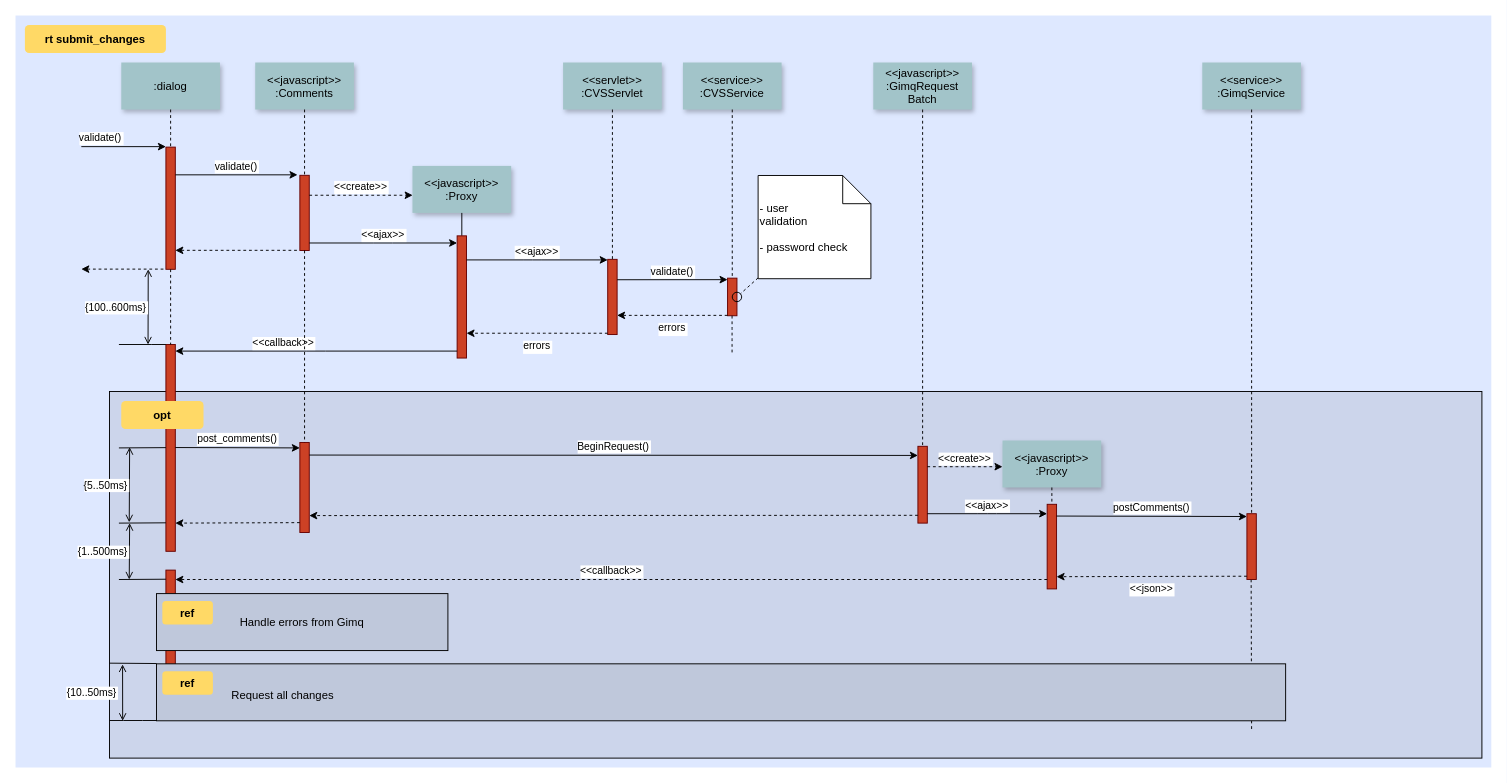
Before: page "Page-1" (1 of 2) of OTS数据流.drawio in oyzhiquan/OuC_Test_2018, a draw.io diagram. Source tidied: cells renumbered, new cells numbered last; positions are measured from the earlier drawing's top-left corner, leaving out a move shared by most shapes. Both pictures are drawn from the tidied source at 94%, with x=0, y=0 at pixel (15, 15).
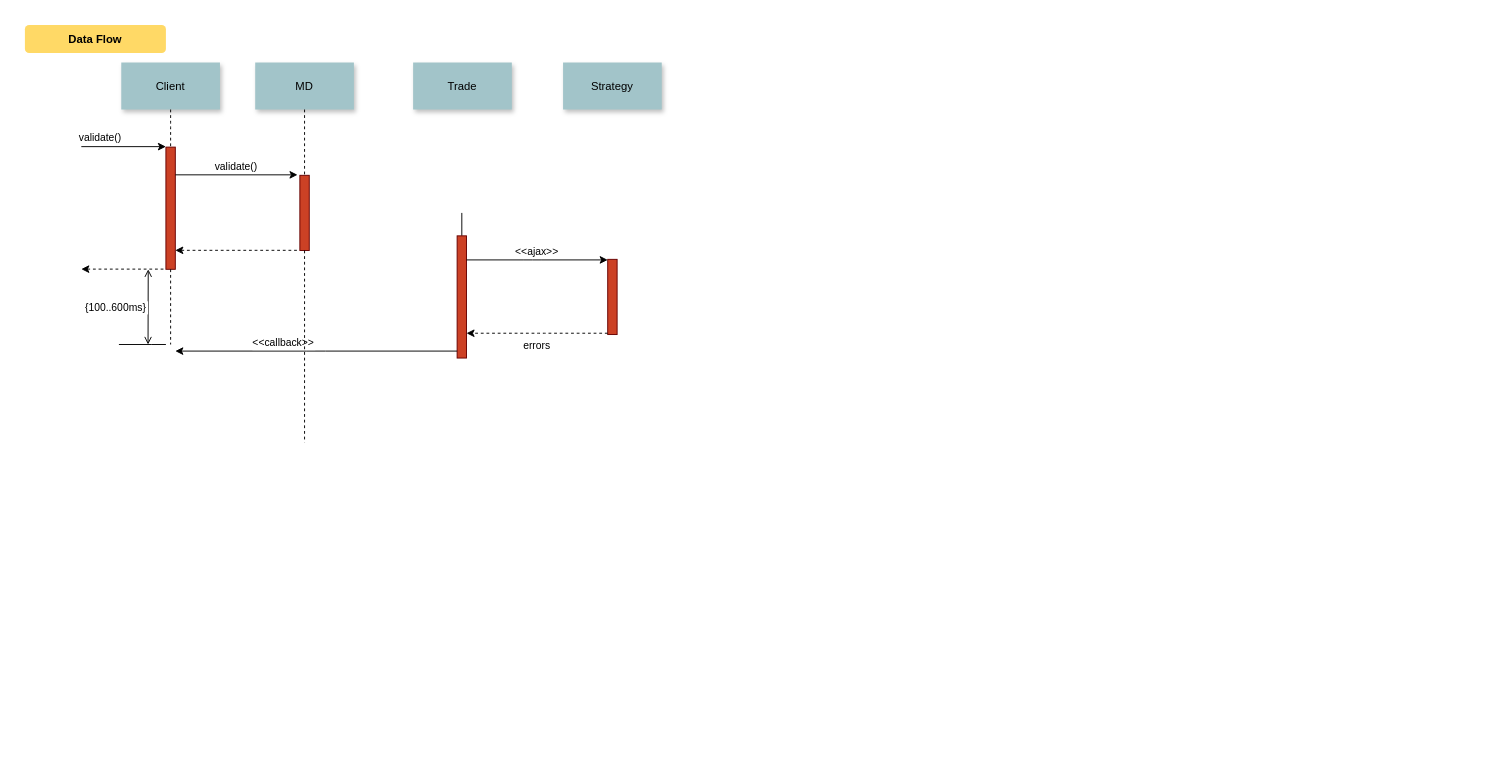
The same diagram, later.

The change refers to these unchanged cells:
```xml
<mxCell id="5" style="fillColor=#CC4125;strokeColor=#660000;" parent="1" vertex="1">
  <mxGeometry x="160" y="140" width="10" height="130" as="geometry" />
</mxCell>
<mxCell id="8" style="fillColor=#CC4125;strokeColor=#660000;" parent="1" vertex="1">
  <mxGeometry x="302.5" y="170" width="10" height="80" as="geometry" />
</mxCell>
<mxCell id="17" style="fillColor=#CC4125;strokeColor=#660000;" parent="1" vertex="1">
  <mxGeometry x="469.8" y="234.4" width="10" height="130" as="geometry" />
</mxCell>
<mxCell id="19" style="fillColor=#CC4125;strokeColor=#660000;" parent="1" vertex="1">
  <mxGeometry x="630" y="259.4" width="10" height="80" as="geometry" />
</mxCell>
```

Diff of the diagram source:
```diff
@@
-    <mxCell id="2" style="fillColor=#DEE8FF;strokeColor=none;" parent="1" vertex="1">
-      <mxGeometry width="1570" height="800" as="geometry" />
-    </mxCell>
-    <mxCell id="3" style="fillColor=#CCD5EB;" parent="1" vertex="1">
-      <mxGeometry x="100" y="400" width="1460" height="390" as="geometry" />
-    </mxCell>
-    <mxCell id="4" style="edgeStyle=elbowEdgeStyle;elbow=horizontal;endArrow=none;dashed=1;" parent="1" edge="1">
-      <mxGeometry x="1460" y="437.9" as="geometry">
-        <mxPoint x="1314.5" y="600" as="sourcePoint" />
-        <mxPoint x="1314.5" y="760" as="targetPoint" />
-      </mxGeometry>
-    </mxCell>
@@
-    <mxCell id="7" value=":dialog" style="shadow=1;fillColor=#A2C4C9;strokeColor=none;" parent="1" vertex="1">
+    <mxCell id="7" value="Client" style="shadow=1;fillColor=#A2C4C9;strokeColor=none;" parent="1" vertex="1">
       <mxGeometry x="112.5" y="50" width="105" height="50" as="geometry" />
     </mxCell>
@@
-    <mxCell id="9" value="&lt;&lt;javascript&gt;&gt;&#10;:Comments" style="shadow=1;fillColor=#A2C4C9;strokeColor=none;" parent="1" vertex="1">
+    <mxCell id="9" value="MD" style="shadow=1;fillColor=#A2C4C9;strokeColor=none;" parent="1" vertex="1">
       <mxGeometry x="255" y="50" width="105" height="50" as="geometry" />
     </mxCell>
+    <mxCell id="75" value="Trade" style="shadow=1;fillColor=#A2C4C9;strokeColor=none;" parent="1" vertex="1">
+      <mxGeometry x="423" y="50" width="105" height="50" as="geometry" />
+    </mxCell>
@@
-    <mxCell id="14" value="&lt;&lt;create&gt;&gt;" style="edgeStyle=none;verticalLabelPosition=top;verticalAlign=bottom;dashed=1;" parent="1" edge="1">
-      <mxGeometry x="385.5" y="113.9" as="geometry">
-        <mxPoint x="312.5" y="191.2" as="sourcePoint" />
-        <mxPoint x="422.5" y="191.2" as="targetPoint" />
-      </mxGeometry>
-    </mxCell>
-    <mxCell id="15" value="&lt;&lt;javascript&gt;&gt;&#10;:Proxy" style="shadow=1;fillColor=#A2C4C9;strokeColor=none;" parent="1" vertex="1">
-      <mxGeometry x="422.3" y="160" width="105" height="50" as="geometry" />
-    </mxCell>
-    <mxCell id="16" style="edgeStyle=none;endArrow=none;" parent="1" edge="1" source="15" target="17">
-      <mxGeometry x="437" y="270" as="geometry" />
+    <mxCell id="16" style="edgeStyle=none;endArrow=none;" parent="1" edge="1" target="17">
+      <mxGeometry x="437" y="270" as="geometry">
+        <mxPoint x="474.8" y="210" as="sourcePoint" />
+      </mxGeometry>
     </mxCell>
@@
-    <mxCell id="18" value="&lt;&lt;ajax&gt;&gt;" style="edgeStyle=elbowEdgeStyle;elbow=vertical;verticalLabelPosition=top;verticalAlign=bottom;" parent="1" edge="1" source="8" target="17">
-      <mxGeometry x="350" y="290" as="geometry" />
-    </mxCell>
@@
-    <mxCell id="20" value="&lt;&lt;servlet&gt;&gt;&#10;:CVSServlet" style="shadow=1;fillColor=#A2C4C9;strokeColor=none;" parent="1" vertex="1">
+    <mxCell id="20" value="Strategy" style="shadow=1;fillColor=#A2C4C9;strokeColor=none;" parent="1" vertex="1">
       <mxGeometry x="582.5" y="50" width="105" height="50" as="geometry" />
     </mxCell>
-    <mxCell id="21" style="edgeStyle=none;endArrow=none;dashed=1;" parent="1" edge="1" source="20" target="19">
-      <mxGeometry x="614.5" y="175" as="geometry" />
-    </mxCell>
-    <mxCell id="22" value="&lt;&lt;service&gt;&gt;&#10;:CVSService" style="shadow=1;fillColor=#A2C4C9;strokeColor=none;" parent="1" vertex="1">
-      <mxGeometry x="710" y="50" width="105" height="50" as="geometry" />
-    </mxCell>
-    <mxCell id="23" style="edgeStyle=none;endArrow=none;dashed=1;" parent="1" edge="1" source="22" target="24">
-      <mxGeometry x="727.3" y="165" as="geometry" />
-    </mxCell>
-    <mxCell id="24" style="fillColor=#CC4125;strokeColor=#660000;" parent="1" vertex="1">
-      <mxGeometry x="757.5" y="279.4" width="10" height="40" as="geometry" />
-    </mxCell>
@@
-    <mxCell id="27" value="&lt;&lt;javascript&gt;&gt;&#10;:GimqRequest&#10;Batch" style="shadow=1;fillColor=#A2C4C9;strokeColor=none;" parent="1" vertex="1">
-      <mxGeometry x="912.5" y="50" width="105" height="50" as="geometry" />
-    </mxCell>
@@
-    <mxCell id="29" value="validate()" style="edgeStyle=elbowEdgeStyle;elbow=vertical;verticalLabelPosition=top;verticalAlign=bottom;" parent="1" edge="1">
-      <mxGeometry x="550" y="261.7" as="geometry">
-        <mxPoint x="640" y="281.1" as="sourcePoint" />
-        <mxPoint x="757.5" y="281.1" as="targetPoint" />
-      </mxGeometry>
-    </mxCell>
-    <mxCell id="30" value="errors" style="edgeStyle=elbowEdgeStyle;elbow=vertical;dashed=1;verticalLabelPosition=bottom;verticalAlign=top;" parent="1" edge="1">
-      <mxGeometry x="560" y="309.7" as="geometry">
-        <mxPoint x="757.5" y="319" as="sourcePoint" />
-        <mxPoint x="640" y="319" as="targetPoint" />
-      </mxGeometry>
-    </mxCell>
-    <mxCell id="31" style="edgeStyle=elbowEdgeStyle;elbow=horizontal;endArrow=none;dashed=1;" parent="1" edge="1">
-      <mxGeometry x="932.3" y="240" as="geometry">
-        <mxPoint x="762.3" y="319.4" as="sourcePoint" />
-        <mxPoint x="762.3" y="360" as="targetPoint" />
-        <Array as="points">
-          <mxPoint x="762.3" y="340" />
-        </Array>
-      </mxGeometry>
-    </mxCell>
-    <mxCell id="32" style="ellipse;fillColor=none;" parent="1" vertex="1">
-      <mxGeometry x="762.5" y="294.4" width="10" height="10" as="geometry" />
-    </mxCell>
-    <mxCell id="33" value=" - user&#10; validation&#10;&#10; - password check" style="shape=note;align=left;" parent="1" vertex="1">
-      <mxGeometry x="790" y="170.2" width="120" height="109.8" as="geometry" />
-    </mxCell>
-    <mxCell id="34" style="edgeStyle=none;endArrow=none;dashed=1;" parent="1" edge="1" source="33" target="32">
-      <mxGeometry x="1030" y="180" as="geometry" />
-    </mxCell>
-    <mxCell id="35" style="fillColor=#CC4125;strokeColor=#660000;" parent="1" vertex="1">
-      <mxGeometry x="160" y="350" width="10" height="220" as="geometry" />
-    </mxCell>
-    <mxCell id="36" value="             &lt;&lt;callback&gt;&gt;                                " style="edgeStyle=elbowEdgeStyle;elbow=vertical;dashed=0;verticalLabelPosition=top;verticalAlign=bottom;align=right;" parent="1" edge="1" source="17" target="35">
-      <mxGeometry x="190" y="329.8" as="geometry" />
+    <mxCell id="36" value="             &lt;&lt;callback&gt;&gt;                                " style="edgeStyle=elbowEdgeStyle;elbow=vertical;dashed=0;verticalLabelPosition=top;verticalAlign=bottom;align=right;" parent="1" edge="1" source="17">
+      <mxGeometry x="190" y="329.8" as="geometry">
+        <mxPoint x="170" y="357" as="targetPoint" />
+      </mxGeometry>
     </mxCell>
-    <mxCell id="37" style="edgeStyle=none;dashed=1;endArrow=none;" parent="1" edge="1" source="5" target="35">
-      <mxGeometry x="50" y="300" as="geometry" />
+    <mxCell id="37" style="edgeStyle=none;dashed=1;endArrow=none;" parent="1" edge="1" source="5">
+      <mxGeometry x="50" y="300" as="geometry">
+        <mxPoint x="165" y="350" as="targetPoint" />
+      </mxGeometry>
     </mxCell>
-    <mxCell id="38" style="edgeStyle=elbowEdgeStyle;elbow=vertical;endArrow=none;" parent="1" edge="1" source="35">
+    <mxCell id="38" style="edgeStyle=elbowEdgeStyle;elbow=vertical;endArrow=none;" parent="1" edge="1">
       <mxGeometry x="60" y="310" as="geometry">
+        <mxPoint x="160" y="350" as="sourcePoint" />
         <mxPoint x="110" y="350" as="targetPoint" />
       </mxGeometry>
     </mxCell>
@@
-    <mxCell id="40" style="fillColor=#CC4125;strokeColor=#660000;" parent="1" vertex="1">
-      <mxGeometry x="302.5" y="454.2" width="10" height="95.8" as="geometry" />
-    </mxCell>
-    <mxCell id="41" style="fillColor=#CC4125;strokeColor=#660000;" parent="1" vertex="1">
-      <mxGeometry x="960" y="458.3" width="10" height="81.7" as="geometry" />
-    </mxCell>
-    <mxCell id="42" style="edgeStyle=none;endArrow=none;dashed=1;" parent="1" edge="1" source="27" target="41">
-      <mxGeometry x="956.6" y="205" as="geometry" />
-    </mxCell>
-    <mxCell id="43" value="post_comments()" style="edgeStyle=elbowEdgeStyle;elbow=vertical;verticalLabelPosition=top;verticalAlign=bottom;" parent="1" edge="1">
-      <mxGeometry x="212.5" y="469.6" as="geometry">
-        <mxPoint x="170" y="459.6" as="sourcePoint" />
-        <mxPoint x="302.5" y="459.6" as="targetPoint" />
-      </mxGeometry>
-    </mxCell>
-    <mxCell id="44" style="edgeStyle=none;endArrow=none;dashed=1;" parent="1" edge="1" source="8" target="40">
-      <mxGeometry x="376.6" y="339.7" as="geometry" />
+    <mxCell id="44" style="edgeStyle=none;endArrow=none;dashed=1;" parent="1" edge="1" source="8">
+      <mxGeometry x="376.6" y="339.7" as="geometry">
+        <mxPoint x="307.5" y="454.2" as="targetPoint" />
+      </mxGeometry>
     </mxCell>
-    <mxCell id="45" value="BeginRequest()" style="edgeStyle=elbowEdgeStyle;elbow=vertical;verticalLabelPosition=top;verticalAlign=bottom;" parent="1" edge="1">
-      <mxGeometry x="530" y="436.8" as="geometry">
-        <mxPoint x="312.5" y="467.6" as="sourcePoint" />
-        <mxPoint x="960" y="467.6" as="targetPoint" />
-      </mxGeometry>
-    </mxCell>
-    <mxCell id="46" style="edgeStyle=elbowEdgeStyle;elbow=vertical;dashed=1;verticalLabelPosition=bottom;verticalAlign=top;" parent="1" edge="1">
-      <mxGeometry x="530" y="549.1" as="geometry">
-        <mxPoint x="960" y="531.7" as="sourcePoint" />
-        <mxPoint x="312.5" y="531.7" as="targetPoint" />
-      </mxGeometry>
-    </mxCell>
-    <mxCell id="47" value="&lt;&lt;javascript&gt;&gt;&#10;:Proxy" style="shadow=1;fillColor=#A2C4C9;strokeColor=none;" parent="1" vertex="1">
-      <mxGeometry x="1050" y="452.1" width="105" height="50" as="geometry" />
-    </mxCell>
-    <mxCell id="48" style="edgeStyle=none;endArrow=none;dashed=1;" parent="1" edge="1" source="47" target="49">
-      <mxGeometry x="1204.1" y="380.1" as="geometry" />
-    </mxCell>
-    <mxCell id="49" style="fillColor=#CC4125;strokeColor=#660000;" parent="1" vertex="1">
-      <mxGeometry x="1097.5" y="520" width="10" height="90" as="geometry" />
-    </mxCell>
-    <mxCell id="50" style="fillColor=#CC4125;strokeColor=#660000;" parent="1" vertex="1">
-      <mxGeometry x="1310" y="530" width="10" height="70" as="geometry" />
-    </mxCell>
-    <mxCell id="51" value="&lt;&lt;create&gt;&gt;" style="edgeStyle=elbowEdgeStyle;elbow=vertical;verticalLabelPosition=top;verticalAlign=bottom;dashed=1;" parent="1" edge="1" source="41" target="47">
-      <mxGeometry x="901.2" y="322.5" as="geometry" />
-    </mxCell>
-    <mxCell id="52" value="&lt;&lt;ajax&gt;&gt;" style="edgeStyle=elbowEdgeStyle;elbow=vertical;verticalLabelPosition=top;verticalAlign=bottom;" parent="1" edge="1" source="41" target="49">
-      <mxGeometry x="1065" y="359.5" as="geometry" />
-    </mxCell>
-    <mxCell id="53" value="postComments()" style="edgeStyle=elbowEdgeStyle;elbow=vertical;verticalLabelPosition=top;verticalAlign=bottom;" parent="1" edge="1">
-      <mxGeometry x="1225" y="309.5" as="geometry">
-        <mxPoint x="1107.5" y="532.5" as="sourcePoint" />
-        <mxPoint x="1310" y="532.5" as="targetPoint" />
-      </mxGeometry>
-    </mxCell>
-    <mxCell id="54" value="&lt;&lt;json&gt;&gt;" style="edgeStyle=elbowEdgeStyle;elbow=vertical;dashed=1;verticalLabelPosition=bottom;verticalAlign=top;" parent="1" edge="1">
-      <mxGeometry x="1075" y="396" as="geometry">
-        <mxPoint x="1310" y="596.5" as="sourcePoint" />
-        <mxPoint x="1107.5" y="596.5" as="targetPoint" />
-      </mxGeometry>
-    </mxCell>
-    <mxCell id="55" value="&lt;&lt;service&gt;&gt;&#10;:GimqService" style="shadow=1;fillColor=#A2C4C9;strokeColor=none;" parent="1" vertex="1">
-      <mxGeometry x="1262.5" y="50" width="105" height="50" as="geometry" />
-    </mxCell>
-    <mxCell id="56" style="edgeStyle=none;endArrow=none;dashed=1;" parent="1" edge="1" source="55" target="50">
-      <mxGeometry x="1174.1" y="210" as="geometry" />
-    </mxCell>
-    <mxCell id="57" style="fillColor=#CC4125;strokeColor=#660000;" parent="1" vertex="1">
-      <mxGeometry x="160" y="590" width="10" height="130" as="geometry" />
-    </mxCell>
-    <mxCell id="58" style="edgeStyle=elbowEdgeStyle;elbow=vertical;dashed=1;verticalLabelPosition=bottom;verticalAlign=top;" parent="1" edge="1">
-      <mxGeometry x="507.5" y="664.3" as="geometry">
-        <mxPoint x="302.5" y="539.5" as="sourcePoint" />
-        <mxPoint x="170" y="539.5" as="targetPoint" />
-      </mxGeometry>
-    </mxCell>
-    <mxCell id="59" value="&lt;&lt;callback&gt;&gt;" style="edgeStyle=elbowEdgeStyle;elbow=vertical;dashed=1;verticalLabelPosition=bottom;verticalAlign=bottom;" parent="1" edge="1" source="49" target="57">
-      <mxGeometry x="540" y="559.1" as="geometry" />
-    </mxCell>
-    <mxCell id="60" value="rt submit_changes" style="rounded=1;fontStyle=1;fillColor=#FFD966;strokeColor=none;" parent="1" vertex="1">
+    <mxCell id="60" value="Data Flow" style="rounded=1;fontStyle=1;fillColor=#FFD966;strokeColor=none;" parent="1" vertex="1">
       <mxGeometry x="10" y="10" width="150" height="30" as="geometry" />
     </mxCell>
-    <mxCell id="61" value="opt" style="rounded=1;fontStyle=1;fillColor=#FFD966;strokeColor=none;" parent="1" vertex="1">
-      <mxGeometry x="112.5" y="410" width="87.5" height="30" as="geometry" />
-    </mxCell>
-    <mxCell id="62" value="Handle errors from Gimq" style="fillColor=#BFC8DB;" parent="1" vertex="1">
-      <mxGeometry x="150" y="615" width="310" height="60.6" as="geometry" />
-    </mxCell>
-    <mxCell id="63" value="ref" style="rounded=1;fontStyle=1;fillColor=#FFD966;strokeColor=none;" parent="1" vertex="1">
-      <mxGeometry x="156.2" y="622.9" width="53.8" height="25" as="geometry" />
-    </mxCell>
-    <mxCell id="64" style="align=left;fillColor=#BFC8DB;" parent="1" vertex="1">
-      <mxGeometry x="150" y="689.7" width="1201.2" height="60.6" as="geometry" />
-    </mxCell>
-    <mxCell id="65" value="ref" style="rounded=1;fontStyle=1;fillColor=#FFD966;strokeColor=none;" parent="1" vertex="1">
-      <mxGeometry x="156.2" y="697.6" width="53.8" height="25" as="geometry" />
-    </mxCell>
-    <mxCell id="66" value="Request all changes" style="text;align=left;" parent="1" vertex="1">
-      <mxGeometry x="228.1" y="710.1" width="351.8" height="26" as="geometry" />
-    </mxCell>
-    <mxCell id="67" style="edgeStyle=elbowEdgeStyle;elbow=vertical;endArrow=none;" parent="1" edge="1">
-      <mxGeometry x="60" y="419.7" as="geometry">
-        <mxPoint x="160" y="459.7" as="sourcePoint" />
-        <mxPoint x="110" y="459.7" as="targetPoint" />
-      </mxGeometry>
-    </mxCell>
-    <mxCell id="68" style="edgeStyle=elbowEdgeStyle;elbow=vertical;endArrow=none;" parent="1" edge="1">
-      <mxGeometry x="60" y="499.7" as="geometry">
-        <mxPoint x="160" y="539.7" as="sourcePoint" />
-        <mxPoint x="110" y="539.7" as="targetPoint" />
-      </mxGeometry>
-    </mxCell>
-    <mxCell id="69" style="edgeStyle=elbowEdgeStyle;elbow=vertical;endArrow=none;" parent="1" edge="1">
-      <mxGeometry x="60" y="559.7" as="geometry">
-        <mxPoint x="160" y="599.7" as="sourcePoint" />
-        <mxPoint x="110" y="599.7" as="targetPoint" />
-      </mxGeometry>
-    </mxCell>
-    <mxCell id="70" style="edgeStyle=elbowEdgeStyle;elbow=vertical;endArrow=none;" parent="1" edge="1">
-      <mxGeometry x="50" y="649.4" as="geometry">
-        <mxPoint x="150" y="689.4" as="sourcePoint" />
-        <mxPoint x="100" y="689.4" as="targetPoint" />
-      </mxGeometry>
-    </mxCell>
-    <mxCell id="71" style="edgeStyle=elbowEdgeStyle;elbow=vertical;endArrow=none;" parent="1" edge="1">
-      <mxGeometry x="50" y="710" as="geometry">
-        <mxPoint x="150" y="750" as="sourcePoint" />
-        <mxPoint x="100" y="750" as="targetPoint" />
-      </mxGeometry>
-    </mxCell>
-    <mxCell id="72" value="{5..50ms}" style="edgeStyle=elbowEdgeStyle;elbow=horizontal;startArrow=open;endArrow=open;labelPosition=left;align=right;" parent="1" edge="1">
-      <mxGeometry x="41.4" y="479.2" as="geometry">
-        <mxPoint x="121.4" y="459.2" as="sourcePoint" />
-        <mxPoint x="121.4" y="539.2" as="targetPoint" />
-      </mxGeometry>
-    </mxCell>
-    <mxCell id="73" value="{1..500ms}" style="edgeStyle=elbowEdgeStyle;elbow=horizontal;startArrow=open;endArrow=open;labelPosition=left;align=right;" parent="1" edge="1">
-      <mxGeometry x="42.9" y="560" as="geometry">
-        <mxPoint x="121.4" y="540" as="sourcePoint" />
-        <mxPoint x="121.4" y="600" as="targetPoint" />
-      </mxGeometry>
-    </mxCell>
-    <mxCell id="74" value="{10..50ms}" style="edgeStyle=elbowEdgeStyle;elbow=horizontal;startArrow=open;endArrow=open;labelPosition=left;align=right;" parent="1" edge="1">
-      <mxGeometry as="geometry">
-        <mxPoint x="113.9" y="690.3" as="sourcePoint" />
-        <mxPoint x="113.9" y="750.3" as="targetPoint" />
-        <mxPoint x="-4.2" y="-0.3" as="offset" />
-      </mxGeometry>
-    </mxCell>
```
